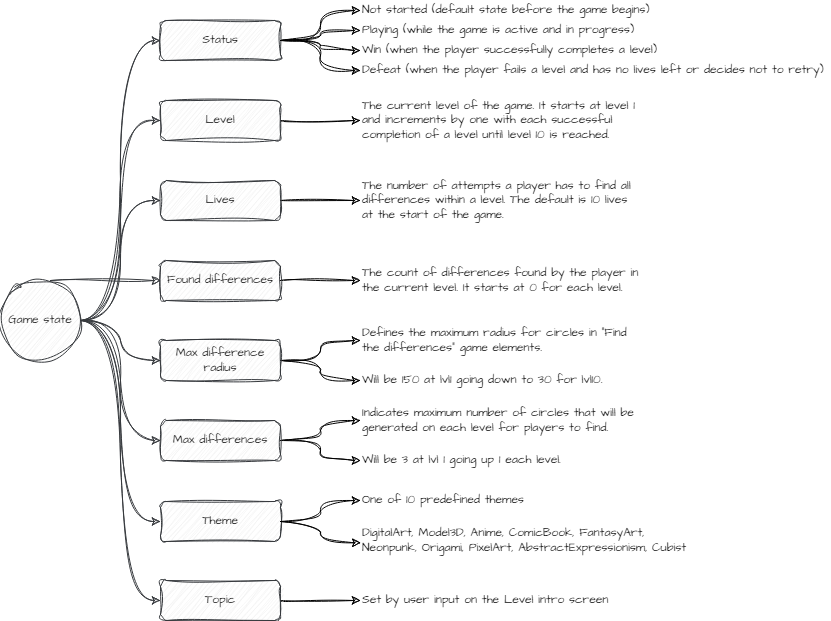
Above: game-state.drawio.png in vasilyoshev/ai-assistant (draw.io), before the change. Source tidied: cells renumbered, new cells last; positions are measured from the earlier drawing's top-left corner, leaving out a move shared by most shapes.
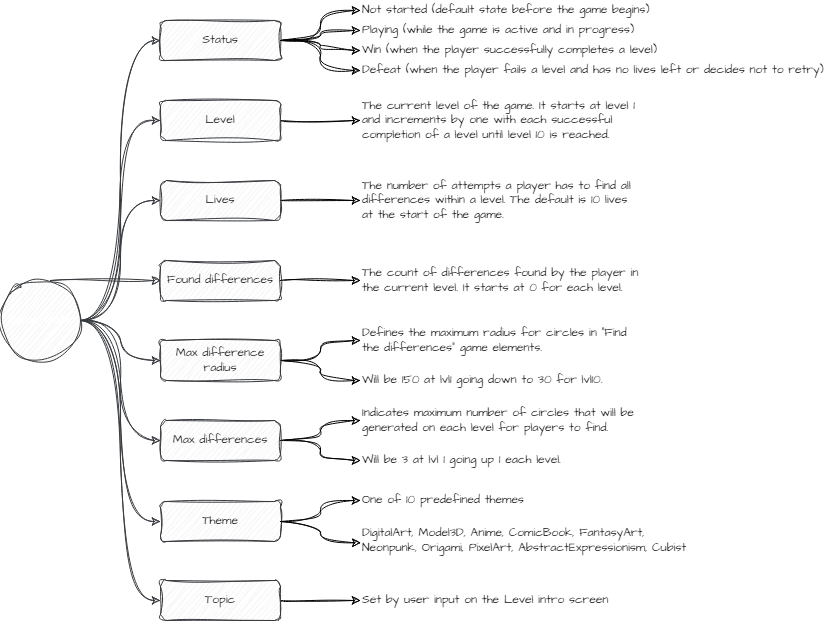
The same file after the commit.

What changed in the source:
```diff
@@ -28,7 +28,7 @@
     <mxCell id="9" style="edgeStyle=orthogonalEdgeStyle;rounded=0;sketch=1;hachureGap=4;jiggle=2;curveFitting=1;jettySize=auto;html=1;entryX=0;entryY=0.5;entryDx=0;entryDy=0;fontFamily=Architects Daughter;fontSource=https%3A%2F%2Ffonts.googleapis.com%2Fcss%3Ffamily%3DArchitects%2BDaughter;curved=1;fontColor=#000000;fillColor=#eeeeee;strokeColor=#36393d;" parent="1" edge="1" source="10" target="30">
       <mxGeometry relative="1" as="geometry" />
     </mxCell>
-    <mxCell id="10" value="Game state" style="ellipse;whiteSpace=wrap;html=1;sketch=1;hachureGap=4;jiggle=2;curveFitting=1;fontFamily=Architects Daughter;fontSource=https%3A%2F%2Ffonts.googleapis.com%2Fcss%3Ffamily%3DArchitects%2BDaughter;fillColor=#eeeeee;strokeColor=#36393d;" parent="1" vertex="1">
+    <mxCell id="10" value="Game state" style="ellipse;whiteSpace=wrap;html=1;sketch=1;hachureGap=4;jiggle=2;curveFitting=1;fontFamily=Architects Daughter;fontSource=https%3A%2F%2Ffonts.googleapis.com%2Fcss%3Ffamily%3DArchitects%2BDaughter;fillColor=#eeeeee;strokeColor=#36393d;fontColor=#FFFFFF;" parent="1" vertex="1">
       <mxGeometry y="280" width="80" height="80" as="geometry" />
     </mxCell>
     <mxCell id="11" style="edgeStyle=orthogonalEdgeStyle;rounded=0;sketch=1;hachureGap=4;jiggle=2;curveFitting=1;jettySize=auto;html=1;entryX=0;entryY=0.5;entryDx=0;entryDy=0;fontFamily=Architects Daughter;fontSource=https%3A%2F%2Ffonts.googleapis.com%2Fcss%3Ffamily%3DArchitects%2BDaughter;curved=1;fontColor=#000000;" parent="1" edge="1" source="13" target="33">
```
